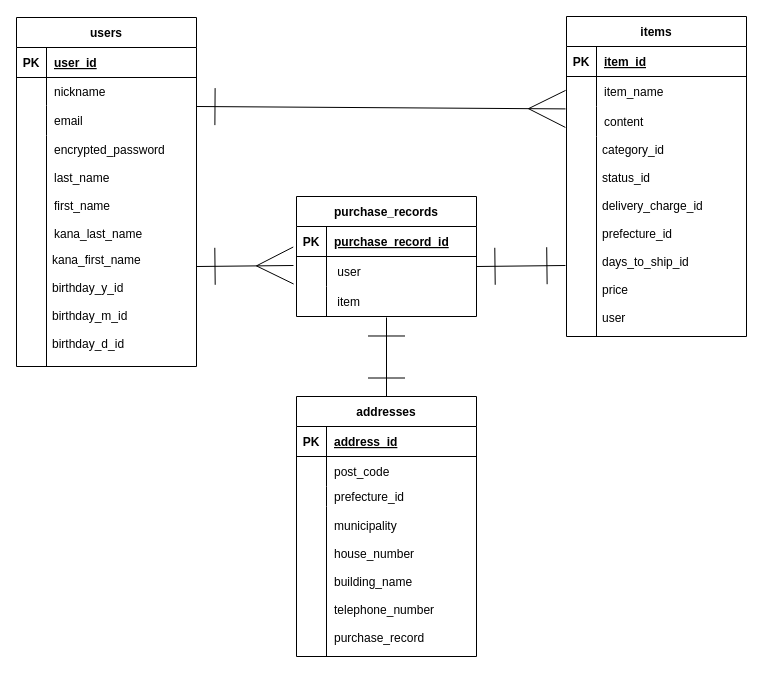
mispica/furima-38848 keeps this draw.io diagram as Furima .dio. Above is the earlier version. Source tidied: cells renumbered, new cells numbered last; positions are measured from the earlier drawing's top-left corner, leaving out a move shared by most shapes. Both pictures are drawn from the tidied source at 100%, with x=0, y=0 at pixel (16, 16).
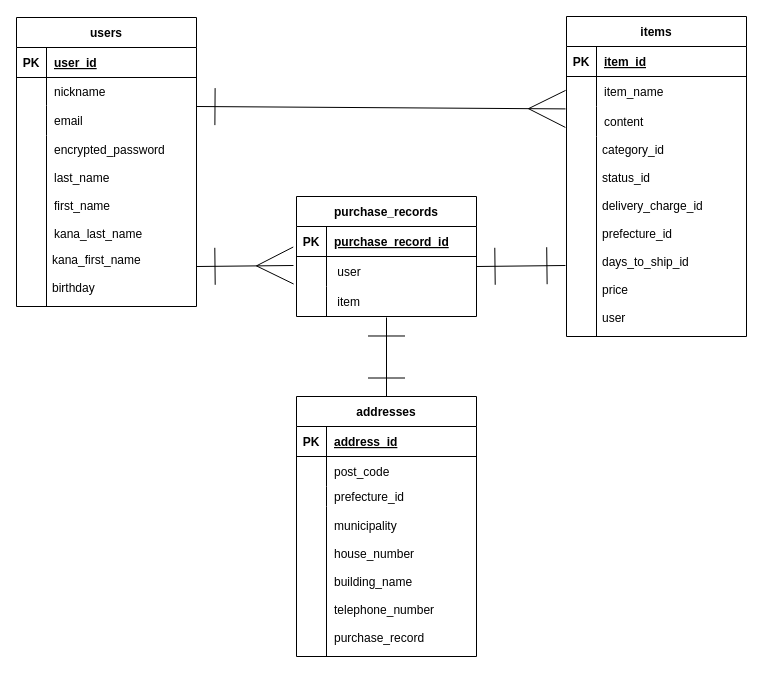
After the change.

Commit message (it also covers changes not shown here):
データベース設計　修正2

生年月日のカラム修正
Type：日付型

Diff of the diagram source:
```diff
@@
     <mxCell id="4" value="users" style="shape=table;startSize=30;childLayout=tableLayout;rowLines=0;fontStyle=1;align=center;" parent="1" vertex="1">
-      <mxGeometry y="1" width="180" height="349" as="geometry" />
+      <mxGeometry y="1" width="180" height="289" as="geometry" />
     </mxCell>
@@
     <mxCell id="14" style="shape=tableRow;horizontal=0;startSize=0;swimlaneHead=0;swimlaneBody=0;fillColor=none;top=0;left=0;right=0;bottom=0;" parent="4" vertex="1">
-      <mxGeometry y="118" width="180" height="231" as="geometry" />
+      <mxGeometry y="118" width="180" height="171" as="geometry" />
     </mxCell>
     <mxCell id="15" style="shape=partialRectangle;fillColor=none;top=0;left=0;bottom=0;right=0;overflow=hidden;" parent="14" vertex="1">
-      <mxGeometry width="30" height="231" as="geometry" />
+      <mxGeometry width="30" height="171" as="geometry" />
     </mxCell>
     <mxCell id="16" style="shape=partialRectangle;fillColor=none;top=0;left=0;bottom=0;right=0;align=left;spacingLeft=6;overflow=hidden;" parent="14" vertex="1">
-      <mxGeometry x="30" width="150" height="231" as="geometry" />
+      <mxGeometry x="30" width="150" height="171" as="geometry" />
     </mxCell>
@@
-    <mxCell id="18" value="kana_first_name&#10;&#10;birthday_y_id&#10;&#10;birthday_m_id&#10;&#10;birthday_d_id" style="text;strokeColor=none;fillColor=none;spacingLeft=4;spacingRight=4;overflow=hidden;fontSize=12;" parent="1" vertex="1">
-      <mxGeometry x="30" y="230" width="160" height="140" as="geometry" />
+    <mxCell id="18" value="kana_first_name&#10;&#10;birthday" style="text;strokeColor=none;fillColor=none;spacingLeft=4;spacingRight=4;overflow=hidden;fontSize=12;" parent="1" vertex="1">
+      <mxGeometry x="30" y="230" width="160" height="60" as="geometry" />
     </mxCell>
```
